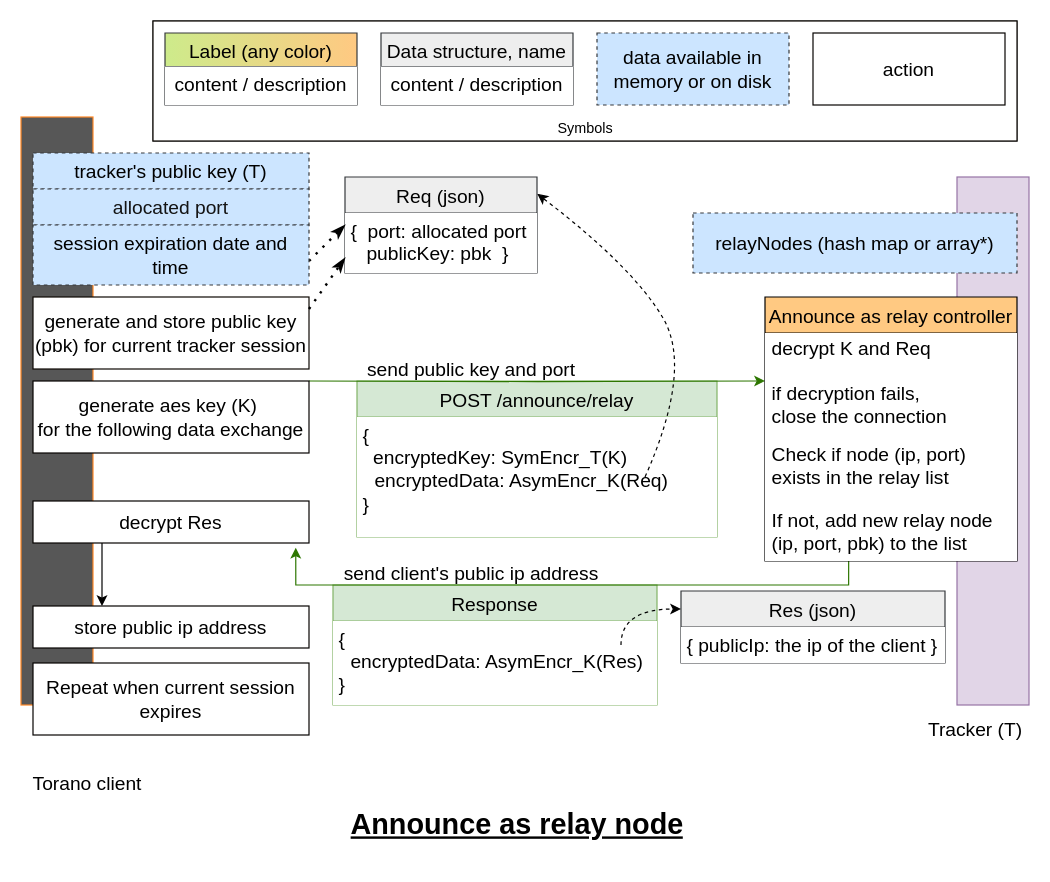
This is protocol schemas/tracker api/announce as relay.drawio from davidviziteu/tor-torrent, a draw.io file, before an edit. Source tidied: cells renumbered, new cells numbered last; positions are measured from the earlier drawing's top-left corner, leaving out a move shared by most shapes. Both pictures are drawn from the tidied source at 120%, with x=0, y=0 at pixel (20, 20).
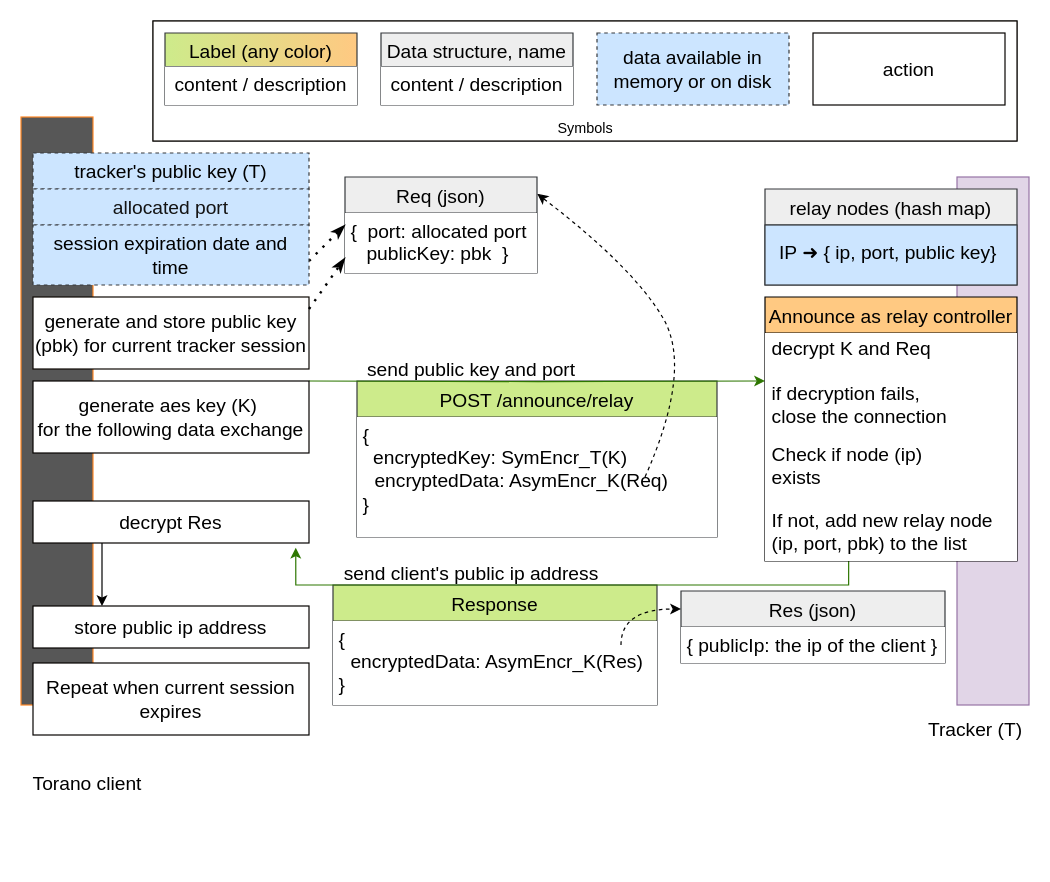
The same diagram, later.

Unchanged cells that the change refers to:
```xml
<mxCell id="16" value="Announce as relay controller" style="swimlane;fontStyle=0;horizontal=1;startSize=30;rounded=0;fontSize=16;fontColor=default;strokeColor=#000000;fillColor=#FFC982;" parent="1" vertex="1">
  <mxGeometry x="620" y="230" width="210" height="220" as="geometry" />
</mxCell>
```

What changed in the source:
```diff
@@
-    <mxCell id="2" value="Response" style="swimlane;fontStyle=0;horizontal=1;startSize=30;rounded=0;fontSize=16;strokeColor=#82b366;fillColor=#d5e8d4;" parent="1" vertex="1">
+    <mxCell id="2" value="Response" style="swimlane;fontStyle=0;horizontal=1;startSize=30;rounded=0;fontSize=16;strokeColor=#36393d;fillColor=#cdeb8b;" parent="1" vertex="1">
       <mxGeometry x="260" y="470" width="270" height="100" as="geometry" />
     </mxCell>
@@
-    <mxCell id="4" value="POST /announce/relay" style="swimlane;fontStyle=0;horizontal=1;startSize=30;rounded=0;fontSize=16;strokeColor=#82b366;fillColor=#d5e8d4;" parent="1" vertex="1">
+    <mxCell id="4" value="POST /announce/relay" style="swimlane;fontStyle=0;horizontal=1;startSize=30;rounded=0;fontSize=16;strokeColor=#36393d;fillColor=#cdeb8b;" parent="1" vertex="1">
       <mxGeometry x="280" y="300" width="300" height="130" as="geometry" />
     </mxCell>
@@
-    <mxCell id="6" value="&lt;h1&gt;&lt;u&gt;Announce as relay node&lt;/u&gt;&lt;/h1&gt;&lt;span style=&quot;background-color: initial;&quot;&gt;&lt;br&gt;&lt;/span&gt;" style="text;html=1;strokeColor=none;fillColor=none;spacing=5;spacingTop=-20;whiteSpace=wrap;overflow=hidden;rounded=0;" parent="1" vertex="1">
-      <mxGeometry x="270" y="650" width="290" height="50" as="geometry" />
-    </mxCell>
@@
-    <mxCell id="18" value="Check if node (ip, port) &#10;exists in the relay list" style="text;strokeColor=none;fillColor=default;align=left;verticalAlign=middle;spacingLeft=4;spacingRight=4;overflow=hidden;rounded=0;fontSize=16;fontColor=#000000;" parent="16" vertex="1">
+    <mxCell id="18" value="Check if node (ip) &#10;exists " style="text;strokeColor=none;fillColor=default;align=left;verticalAlign=middle;spacingLeft=4;spacingRight=4;overflow=hidden;rounded=0;fontSize=16;fontColor=#000000;" parent="16" vertex="1">
       <mxGeometry y="110" width="210" height="60" as="geometry" />
     </mxCell>
@@
-    <mxCell id="45" value="&lt;font style=&quot;font-size: 16px;&quot;&gt;&lt;span style=&quot;&quot;&gt;relayNodes (hash map or array*)&lt;/span&gt;&lt;br&gt;&lt;/font&gt;" style="rounded=0;whiteSpace=wrap;html=1;fillColor=#cce5ff;strokeColor=#36393d;dashed=1;strokeWidth=1;" parent="1" vertex="1">
-      <mxGeometry x="560" y="160" width="270" height="50" as="geometry" />
-    </mxCell>
+    <mxCell id="46" value="relay nodes (hash map)" style="swimlane;fontStyle=0;horizontal=1;startSize=30;rounded=0;fontSize=16;strokeColor=#36393d;fillColor=#eeeeee;" parent="1" vertex="1">
+      <mxGeometry x="620" y="140" width="210" height="80" as="geometry" />
+    </mxCell>
+    <mxCell id="47" value="&lt;h1&gt;&lt;/h1&gt;&lt;span style=&quot;font-size: 16px;&quot;&gt;&lt;div style=&quot;&quot;&gt;&lt;span style=&quot;background-color: initial;&quot;&gt;IP ➜ { ip, port, public key}&amp;nbsp;&lt;/span&gt;&lt;/div&gt;&lt;/span&gt;" style="text;html=1;strokeColor=#36393d;fillColor=#cce5ff;spacing=5;spacingTop=-20;whiteSpace=wrap;overflow=hidden;rounded=0;align=center;verticalAlign=middle;" parent="46" vertex="1">
+      <mxGeometry y="30" width="210" height="50" as="geometry" />
+    </mxCell>
```
